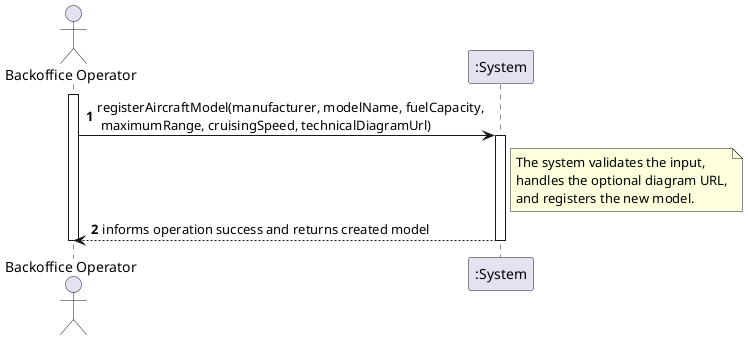
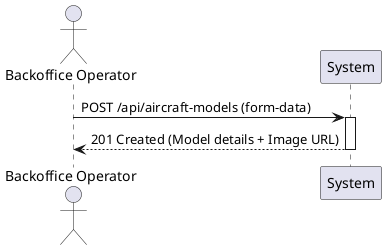
@startuml
- autonumber
- actor "Backoffice Operator" as BO
- participant ":System" as System
+ actor "Backoffice Operator" as Operator
+ participant "System" as System

- activate BO
- BO -> System : registerAircraftModel(manufacturer, modelName, fuelCapacity,\n maximumRange, cruisingSpeed, technicalDiagramUrl)
+ Operator -> System: POST /api/aircraft-models (form-data)
activate System
- 
- note right of System: The system validates the input,\nhandles the optional diagram URL,\nand registers the new model.
- 
- System --> BO : informs operation success and returns created model
+ System --> Operator: 201 Created (Model details + Image URL)
deactivate System
- deactivate BO
@enduml